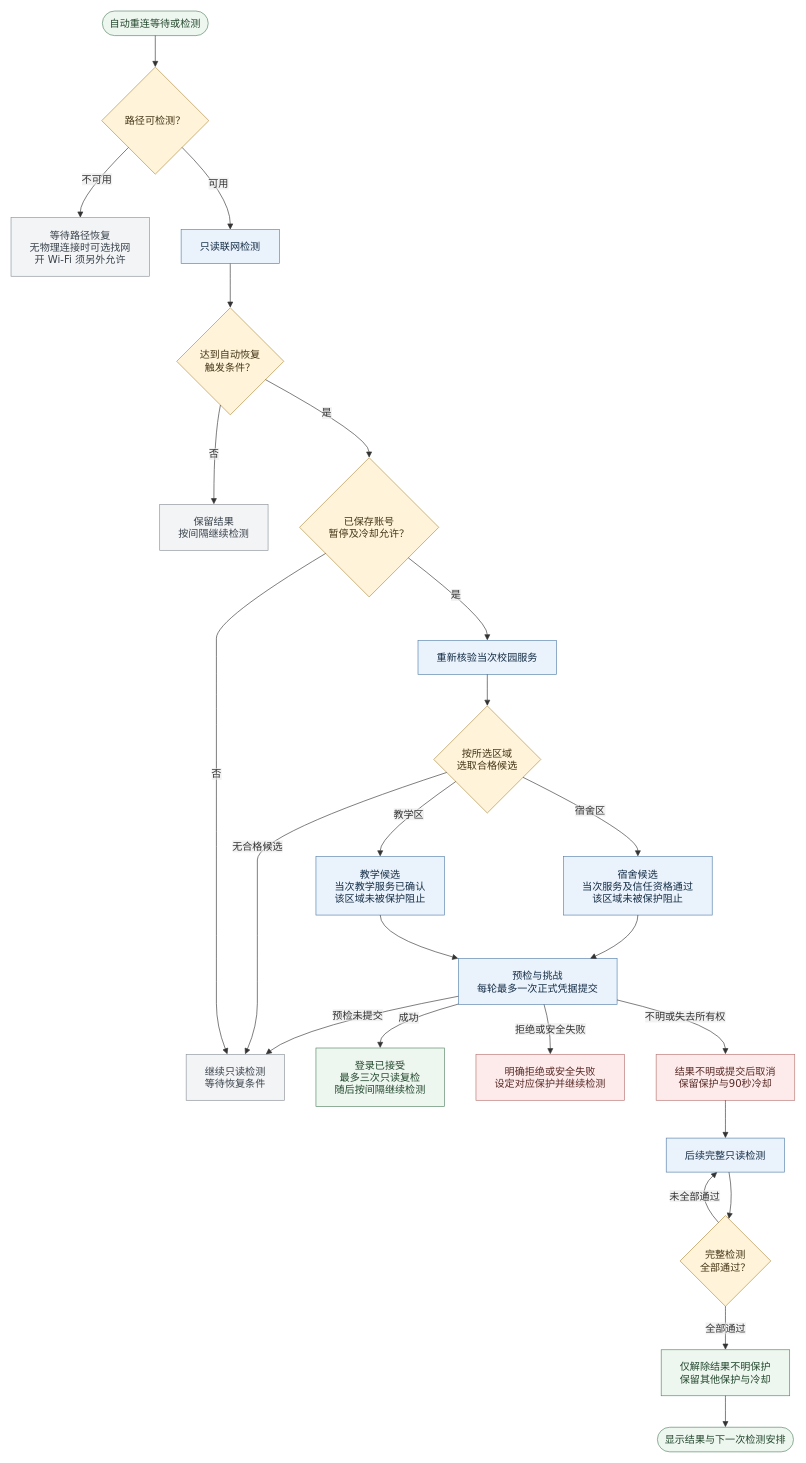
Above: docs/images/recovery-flow.drawio in zhihebai/SZUConnect (draw.io), before the change. Source tidied: cells renumbered, new cells numbered last; positions are measured from the earlier drawing's top-left corner, leaving out a move shared by most shapes. Both pictures are drawn from the tidied source at 63%, with x=0, y=0 at pixel (11, 11).
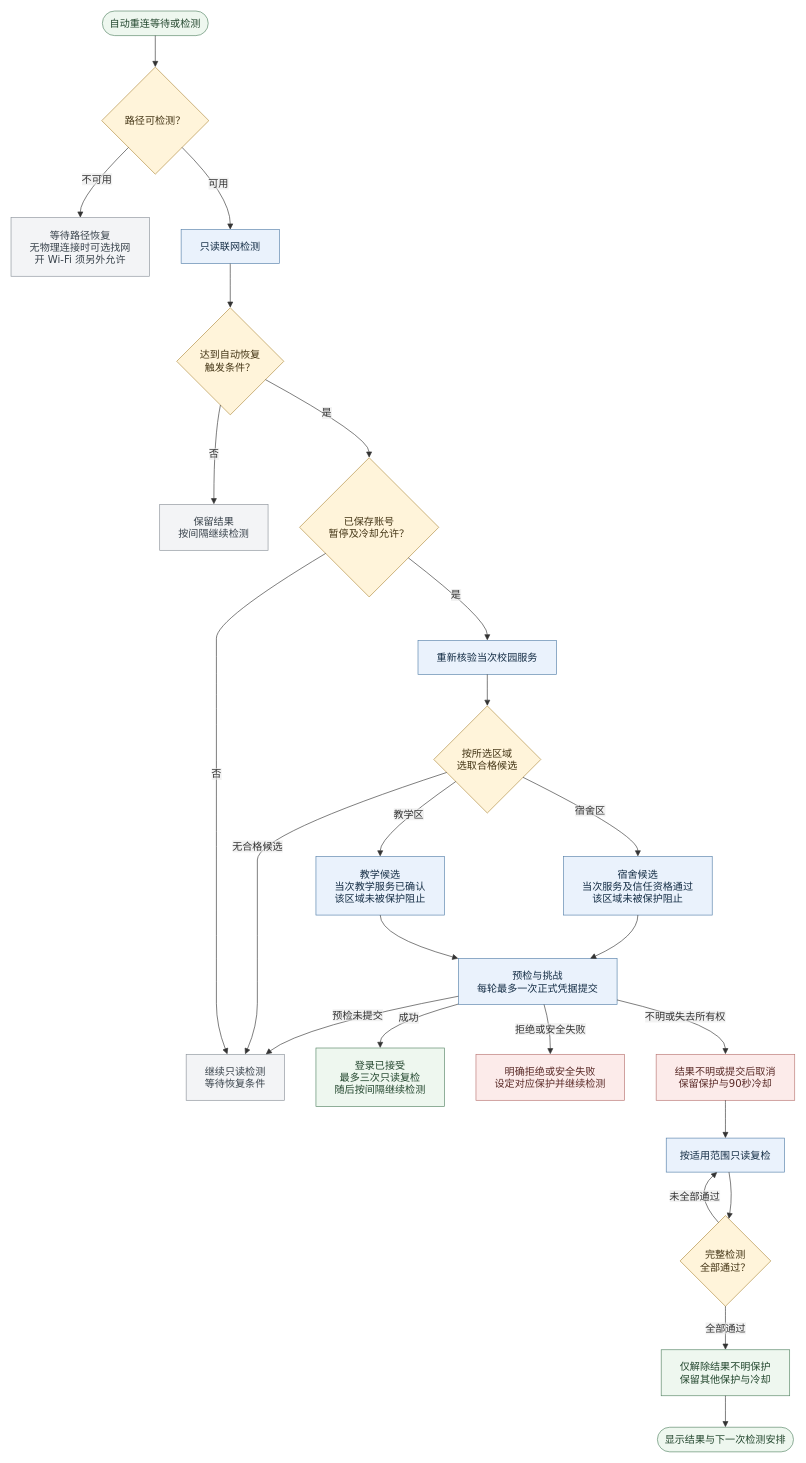
After the change.

Commit message (it also covers changes not shown here):
同步引导与检测说明的文档和流程图

Diff of the diagram source:
```diff
@@
-    <mxCell id="18" value="后续完整只读检测" style="html=1;whiteSpace=wrap;strokeWidth=1;fillColor=#eaf2fc;strokeColor=#547fa9;fontColor=#142d45;fontFamily=Trebuchet MS,Verdana,Arial,sans-serif;fontSize=16;" parent="1" vertex="1">
+    <mxCell id="18" value="按适用范围只读复检" style="html=1;whiteSpace=wrap;strokeWidth=1;fillColor=#eaf2fc;strokeColor=#547fa9;fontColor=#142d45;fontFamily=Trebuchet MS,Verdana,Arial,sans-serif;fontSize=16;" parent="1" vertex="1">
       <mxGeometry x="1040" y="1789" width="188" height="54" as="geometry" />
     </mxCell>
```
